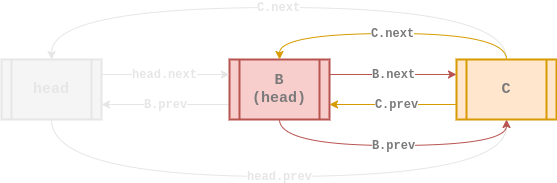
euisblue/vue-blog keeps this draw.io diagram as assets/data-structure/linked-list/cll-doubly-remove-at2.png. Above is the earlier version. Source tidied: cells renumbered, new cells last; positions are measured from the earlier drawing's top-left corner, leaving out a move shared by most shapes. Its diagram source:
```xml
<mxGraphModel>
  <root>
    <mxCell id="0" />
    <mxCell id="1" parent="0" />
    <mxCell id="2" value="&lt;b style=&quot;font-family: &amp;#34;courier new&amp;#34;&quot;&gt;&lt;font style=&quot;font-size: 12px&quot; color=&quot;#e6e6e6&quot;&gt;B.prev&lt;/font&gt;&lt;/b&gt;" style="rounded=0;jettySize=auto;html=1;exitX=0;exitY=0.75;exitDx=0;exitDy=0;entryX=1;entryY=0.75;entryDx=0;entryDy=0;strokeWidth=1;fillColor=#f5f5f5;strokeColor=#E6E6E6;" parent="1" edge="1" source="3" target="5">
      <mxGeometry relative="1" as="geometry" />
    </mxCell>
    <mxCell id="3" value="&lt;b&gt;&lt;font style=&quot;font-size: 15px&quot; face=&quot;Courier New&quot; color=&quot;#7a7a7a&quot;&gt;B&lt;br&gt;(head)&lt;br&gt;&lt;/font&gt;&lt;/b&gt;" style="shape=process;whiteSpace=wrap;html=1;backgroundOutline=1;fillColor=#f8cecc;strokeColor=#b85450;gradientDirection=east;strokeWidth=2;shadow=0;glass=0;sketch=0;" parent="1" vertex="1">
      <mxGeometry x="228" y="52" width="100" height="60" as="geometry" />
    </mxCell>
    <mxCell id="4" value="&lt;b style=&quot;font-size: 11px ; font-style: normal ; letter-spacing: normal ; text-align: center ; text-indent: 0px ; text-transform: none ; word-spacing: 0px ; font-family: &amp;#34;courier new&amp;#34;&quot;&gt;&lt;font style=&quot;font-size: 12px&quot; color=&quot;#e6e6e6&quot;&gt;head.next&lt;/font&gt;&lt;/b&gt;" style="edgeStyle=orthogonalEdgeStyle;curved=1;rounded=0;sketch=0;jettySize=auto;html=1;exitX=1;exitY=0.25;exitDx=0;exitDy=0;entryX=0;entryY=0.25;entryDx=0;entryDy=0;strokeWidth=1;fillColor=#dae8fc;strokeColor=#E6E6E6;" parent="1" edge="1" source="5" target="3">
      <mxGeometry x="-0.01" relative="1" as="geometry">
        <Array as="points">
          <mxPoint x="176" y="67" />
          <mxPoint x="176" y="67" />
        </Array>
      </mxGeometry>
    </mxCell>
    <mxCell id="5" value="&lt;div&gt;&lt;font face=&quot;courier new&quot; style=&quot;font-size: 15px&quot; color=&quot;#e6e6e6&quot;&gt;head&lt;/font&gt;&lt;/div&gt;" style="shape=process;whiteSpace=wrap;html=1;backgroundOutline=1;fillColor=#f5f5f5;gradientDirection=east;strokeWidth=2;shadow=0;glass=0;align=center;sketch=0;fontStyle=1;fontColor=#333333;strokeColor=#E6E6E6;" parent="1" vertex="1">
      <mxGeometry y="52" width="100" height="60" as="geometry" />
    </mxCell>
    <mxCell id="6" value="&lt;font color=&quot;#7a7a7a&quot; face=&quot;courier new&quot;&gt;&lt;span style=&quot;font-size: 12px&quot;&gt;&lt;b&gt;C.prev&lt;/b&gt;&lt;/span&gt;&lt;/font&gt;" style="edgeStyle=orthogonalEdgeStyle;curved=1;rounded=0;jettySize=auto;html=1;exitX=0;exitY=0.75;exitDx=0;exitDy=0;entryX=1;entryY=0.75;entryDx=0;entryDy=0;strokeColor=#d79b00;strokeWidth=1;fillColor=#ffe6cc;" parent="1" edge="1" source="8" target="3">
      <mxGeometry x="-0.06" relative="1" as="geometry" />
    </mxCell>
    <mxCell id="7" value="&lt;font face=&quot;courier new&quot; color=&quot;#e6e6e6&quot;&gt;&lt;span style=&quot;font-size: 12px&quot;&gt;&lt;b&gt;C.next&lt;/b&gt;&lt;/span&gt;&lt;/font&gt;" style="edgeStyle=orthogonalEdgeStyle;curved=1;rounded=0;sketch=0;jettySize=auto;html=1;exitX=0.5;exitY=0;exitDx=0;exitDy=0;entryX=0.5;entryY=0;entryDx=0;entryDy=0;strokeWidth=1;fillColor=#ffe6cc;strokeColor=#E6E6E6;" parent="1" edge="1" source="8" target="5">
      <mxGeometry relative="1" as="geometry">
        <Array as="points">
          <mxPoint x="505" />
          <mxPoint x="50" />
        </Array>
      </mxGeometry>
    </mxCell>
    <mxCell id="8" value="&lt;div&gt;&lt;font color=&quot;#7a7a7a&quot; face=&quot;courier new&quot; size=&quot;1&quot;&gt;&lt;b style=&quot;font-size: 15px&quot;&gt;C&lt;/b&gt;&lt;/font&gt;&lt;/div&gt;" style="shape=process;whiteSpace=wrap;html=1;backgroundOutline=1;fillColor=#ffe6cc;strokeColor=#d79b00;gradientDirection=east;strokeWidth=2;shadow=0;glass=0;align=center;sketch=0;" parent="1" vertex="1">
      <mxGeometry x="455" y="52" width="100" height="60" as="geometry" />
    </mxCell>
    <mxCell id="9" value="&lt;font face=&quot;Courier New&quot; color=&quot;#7a7a7a&quot; size=&quot;1&quot;&gt;&lt;b style=&quot;font-size: 12px&quot;&gt;B.next&lt;/b&gt;&lt;/font&gt;" style="rounded=0;jettySize=auto;html=1;exitX=1;exitY=0.25;exitDx=0;exitDy=0;endArrow=classic;endFill=1;strokeColor=#b85450;strokeWidth=1;entryX=0;entryY=0.25;entryDx=0;entryDy=0;fillColor=#f8cecc;" parent="1" edge="1" source="3" target="8">
      <mxGeometry x="0.01" relative="1" as="geometry" />
    </mxCell>
    <mxCell id="10" value="&lt;b style=&quot;font-size: 11px ; font-style: normal ; letter-spacing: normal ; text-align: center ; text-indent: 0px ; text-transform: none ; word-spacing: 0px ; font-family: &amp;#34;courier new&amp;#34;&quot;&gt;&lt;font style=&quot;font-size: 12px&quot; color=&quot;#e6e6e6&quot;&gt;head.prev&lt;/font&gt;&lt;/b&gt;" style="edgeStyle=orthogonalEdgeStyle;curved=1;rounded=0;sketch=0;jettySize=auto;html=1;exitX=0.5;exitY=1;exitDx=0;exitDy=0;entryX=0.5;entryY=1;entryDx=0;entryDy=0;strokeWidth=1;fillColor=#dae8fc;strokeColor=#E6E6E6;" parent="1" edge="1" source="5" target="8">
      <mxGeometry relative="1" as="geometry">
        <Array as="points">
          <mxPoint x="50" y="169" />
          <mxPoint x="505" y="169" />
        </Array>
      </mxGeometry>
    </mxCell>
    <mxCell id="11" value="&lt;font color=&quot;#7a7a7a&quot; face=&quot;courier new&quot;&gt;&lt;span style=&quot;font-size: 12px&quot;&gt;&lt;b&gt;C.next&lt;/b&gt;&lt;/span&gt;&lt;/font&gt;" style="edgeStyle=orthogonalEdgeStyle;curved=1;rounded=0;sketch=0;jettySize=auto;html=1;exitX=0.5;exitY=0;exitDx=0;exitDy=0;entryX=0.5;entryY=0;entryDx=0;entryDy=0;strokeWidth=1;strokeColor=#d79b00;fillColor=#ffe6cc;" parent="1" edge="1" source="8" target="3">
      <mxGeometry relative="1" as="geometry">
        <Array as="points">
          <mxPoint x="505" y="26" />
          <mxPoint x="278" y="26" />
        </Array>
      </mxGeometry>
    </mxCell>
    <mxCell id="12" value="&lt;b style=&quot;color: rgb(122 , 122 , 122) ; font-family: &amp;#34;courier new&amp;#34; ; font-size: 12px ; font-style: normal ; letter-spacing: normal ; text-align: center ; text-indent: 0px ; text-transform: none ; word-spacing: 0px ; background-color: rgb(255 , 255 , 255)&quot;&gt;B.prev&lt;/b&gt;" style="edgeStyle=orthogonalEdgeStyle;curved=1;rounded=0;sketch=0;jettySize=auto;html=1;exitX=0.5;exitY=1;exitDx=0;exitDy=0;entryX=0.5;entryY=1;entryDx=0;entryDy=0;strokeColor=#b85450;strokeWidth=1;fillColor=#f8cecc;" parent="1" edge="1" source="3" target="8">
      <mxGeometry relative="1" as="geometry">
        <Array as="points">
          <mxPoint x="278" y="138" />
          <mxPoint x="505" y="138" />
        </Array>
      </mxGeometry>
    </mxCell>
  </root>
</mxGraphModel>
```
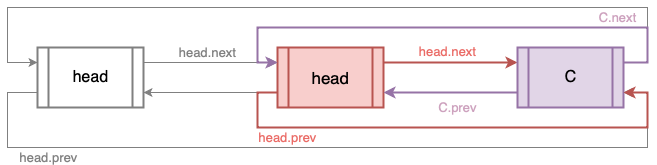
After the change.

Change to the diagram source:
```diff
@@ -2,61 +2,86 @@
   <root>
     <mxCell id="0" />
     <mxCell id="1" parent="0" />
-    <mxCell id="2" value="&lt;b style=&quot;font-family: &amp;#34;courier new&amp;#34;&quot;&gt;&lt;font style=&quot;font-size: 12px&quot; color=&quot;#e6e6e6&quot;&gt;B.prev&lt;/font&gt;&lt;/b&gt;" style="rounded=0;jettySize=auto;html=1;exitX=0;exitY=0.75;exitDx=0;exitDy=0;entryX=1;entryY=0.75;entryDx=0;entryDy=0;strokeWidth=1;fillColor=#f5f5f5;strokeColor=#E6E6E6;" parent="1" edge="1" source="3" target="5">
-      <mxGeometry relative="1" as="geometry" />
+    <mxCell id="2" value="&lt;font size=&quot;2&quot; color=&quot;#808080&quot;&gt;head.next&lt;/font&gt;" style="edgeStyle=orthogonalEdgeStyle;rounded=0;jettySize=auto;html=1;exitX=1;exitY=0.25;exitDx=0;exitDy=0;entryX=0;entryY=0.25;entryDx=0;entryDy=0;fillColor=#dae8fc;strokeWidth=1;labelBackgroundColor=none;labelBorderColor=none;fontFamily=Helvetica;strokeColor=#808080;" parent="1" edge="1" source="4" target="7">
+      <mxGeometry x="-0.04" y="10" relative="1" as="geometry">
+        <Array as="points">
+          <mxPoint x="218" y="181" />
+          <mxPoint x="218" y="181" />
+        </Array>
+      </mxGeometry>
     </mxCell>
-    <mxCell id="3" value="&lt;b&gt;&lt;font style=&quot;font-size: 15px&quot; face=&quot;Courier New&quot; color=&quot;#7a7a7a&quot;&gt;B&lt;br&gt;(head)&lt;br&gt;&lt;/font&gt;&lt;/b&gt;" style="shape=process;whiteSpace=wrap;html=1;backgroundOutline=1;fillColor=#f8cecc;strokeColor=#b85450;gradientDirection=east;strokeWidth=2;shadow=0;glass=0;sketch=0;" parent="1" vertex="1">
-      <mxGeometry x="228" y="52" width="100" height="60" as="geometry" />
+    <mxCell id="3" value="&lt;span style=&quot;font-size: small&quot;&gt;&lt;font color=&quot;#808080&quot;&gt;head.prev&lt;/font&gt;&lt;/span&gt;" style="edgeStyle=orthogonalEdgeStyle;rounded=0;jettySize=auto;html=1;exitX=0;exitY=0.75;exitDx=0;exitDy=0;entryX=1;entryY=0.75;entryDx=0;entryDy=0;labelBackgroundColor=none;strokeWidth=1;fontFamily=Helvetica;fontColor=#666666;align=center;fillColor=#dae8fc;strokeColor=#808080;" parent="1" edge="1" source="4" target="11">
+      <mxGeometry x="-0.69" y="-10" relative="1" as="geometry">
+        <Array as="points">
+          <mxPoint x="8" y="211" />
+          <mxPoint x="8" y="266" />
+          <mxPoint x="648" y="266" />
+          <mxPoint x="648" y="211" />
+        </Array>
+      </mxGeometry>
     </mxCell>
-    <mxCell id="4" value="&lt;b style=&quot;font-size: 11px ; font-style: normal ; letter-spacing: normal ; text-align: center ; text-indent: 0px ; text-transform: none ; word-spacing: 0px ; font-family: &amp;#34;courier new&amp;#34;&quot;&gt;&lt;font style=&quot;font-size: 12px&quot; color=&quot;#e6e6e6&quot;&gt;head.next&lt;/font&gt;&lt;/b&gt;" style="edgeStyle=orthogonalEdgeStyle;curved=1;rounded=0;sketch=0;jettySize=auto;html=1;exitX=1;exitY=0.25;exitDx=0;exitDy=0;entryX=0;entryY=0.25;entryDx=0;entryDy=0;strokeWidth=1;fillColor=#dae8fc;strokeColor=#E6E6E6;" parent="1" edge="1" source="5" target="3">
-      <mxGeometry x="-0.01" relative="1" as="geometry">
-        <Array as="points">
-          <mxPoint x="176" y="67" />
-          <mxPoint x="176" y="67" />
-        </Array>
-      </mxGeometry>
+    <mxCell id="4" value="&lt;font&gt;&lt;font size=&quot;3&quot;&gt;head&lt;/font&gt;&lt;br&gt;&lt;/font&gt;" style="shape=process;whiteSpace=wrap;html=1;backgroundOutline=1;strokeWidth=2;fillColor=none;fontStyle=0;fontFamily=Helvetica;fontSize=14;labelBackgroundColor=none;labelBorderColor=none;strokeColor=#808080;" parent="1" vertex="1">
+      <mxGeometry x="38" y="166" width="106" height="60" as="geometry" />
     </mxCell>
-    <mxCell id="5" value="&lt;div&gt;&lt;font face=&quot;courier new&quot; style=&quot;font-size: 15px&quot; color=&quot;#e6e6e6&quot;&gt;head&lt;/font&gt;&lt;/div&gt;" style="shape=process;whiteSpace=wrap;html=1;backgroundOutline=1;fillColor=#f5f5f5;gradientDirection=east;strokeWidth=2;shadow=0;glass=0;align=center;sketch=0;fontStyle=1;fontColor=#333333;strokeColor=#E6E6E6;" parent="1" vertex="1">
-      <mxGeometry y="52" width="100" height="60" as="geometry" />
+    <mxCell id="5" value="&lt;font color=&quot;#ea6b66&quot; style=&quot;font-size: 13px ; line-height: 95%&quot;&gt;head.next&lt;/font&gt;" style="edgeStyle=orthogonalEdgeStyle;rounded=0;jettySize=auto;html=1;exitX=1;exitY=0.25;exitDx=0;exitDy=0;entryX=0;entryY=0.25;entryDx=0;entryDy=0;fillColor=#f8cecc;strokeColor=#b85450;strokeWidth=2;labelBackgroundColor=none;labelBorderColor=none;fontFamily=Helvetica;align=center;" parent="1" edge="1" source="7" target="11">
+      <mxGeometry x="-0.04" y="10" relative="1" as="geometry">
+        <Array as="points">
+          <mxPoint x="458" y="181" />
+          <mxPoint x="458" y="181" />
+        </Array>
+      </mxGeometry>
     </mxCell>
-    <mxCell id="6" value="&lt;font color=&quot;#7a7a7a&quot; face=&quot;courier new&quot;&gt;&lt;span style=&quot;font-size: 12px&quot;&gt;&lt;b&gt;C.prev&lt;/b&gt;&lt;/span&gt;&lt;/font&gt;" style="edgeStyle=orthogonalEdgeStyle;curved=1;rounded=0;jettySize=auto;html=1;exitX=0;exitY=0.75;exitDx=0;exitDy=0;entryX=1;entryY=0.75;entryDx=0;entryDy=0;strokeColor=#d79b00;strokeWidth=1;fillColor=#ffe6cc;" parent="1" edge="1" source="8" target="3">
-      <mxGeometry x="-0.06" relative="1" as="geometry" />
+    <mxCell id="6" value="&lt;span style=&quot;color: rgb(234 , 107 , 102) ; font-family: &amp;#34;helvetica&amp;#34; ; font-size: 13px ; font-style: normal ; font-weight: normal ; letter-spacing: normal ; text-align: center ; text-indent: 0px ; text-transform: none ; word-spacing: 0px ; text-decoration: none ; display: inline ; float: none&quot;&gt;head.prev&lt;/span&gt;" style="edgeStyle=orthogonalEdgeStyle;rounded=0;jettySize=auto;html=1;exitX=0;exitY=0.75;exitDx=0;exitDy=0;entryX=1;entryY=0.75;entryDx=0;entryDy=0;labelBackgroundColor=none;strokeWidth=1;fontFamily=Helvetica;fontColor=#666666;align=center;fillColor=#f8cecc;strokeColor=#808080;" parent="1" edge="1" source="7" target="4">
+      <mxGeometry x="0.04" y="92" relative="1" as="geometry">
+        <Array as="points">
+          <mxPoint x="208" y="211" />
+          <mxPoint x="208" y="211" />
+        </Array>
+        <mxPoint x="80" y="-47" as="offset" />
+      </mxGeometry>
     </mxCell>
-    <mxCell id="7" value="&lt;font face=&quot;courier new&quot; color=&quot;#e6e6e6&quot;&gt;&lt;span style=&quot;font-size: 12px&quot;&gt;&lt;b&gt;C.next&lt;/b&gt;&lt;/span&gt;&lt;/font&gt;" style="edgeStyle=orthogonalEdgeStyle;curved=1;rounded=0;sketch=0;jettySize=auto;html=1;exitX=0.5;exitY=0;exitDx=0;exitDy=0;entryX=0.5;entryY=0;entryDx=0;entryDy=0;strokeWidth=1;fillColor=#ffe6cc;strokeColor=#E6E6E6;" parent="1" edge="1" source="8" target="5">
-      <mxGeometry relative="1" as="geometry">
-        <Array as="points">
-          <mxPoint x="505" />
-          <mxPoint x="50" />
-        </Array>
-      </mxGeometry>
+    <mxCell id="7" value="&lt;font&gt;&lt;font style=&quot;font-size: 17px&quot;&gt;head&lt;/font&gt;&lt;br&gt;&lt;/font&gt;" style="shape=process;whiteSpace=wrap;html=1;backgroundOutline=1;strokeWidth=2;fillColor=#f8cecc;strokeColor=#b85450;fontStyle=0;fontFamily=Helvetica;fontSize=14;labelBackgroundColor=none;labelBorderColor=none;" parent="1" vertex="1">
+      <mxGeometry x="278" y="166" width="106" height="60" as="geometry" />
     </mxCell>
-    <mxCell id="8" value="&lt;div&gt;&lt;font color=&quot;#7a7a7a&quot; face=&quot;courier new&quot; size=&quot;1&quot;&gt;&lt;b style=&quot;font-size: 15px&quot;&gt;C&lt;/b&gt;&lt;/font&gt;&lt;/div&gt;" style="shape=process;whiteSpace=wrap;html=1;backgroundOutline=1;fillColor=#ffe6cc;strokeColor=#d79b00;gradientDirection=east;strokeWidth=2;shadow=0;glass=0;align=center;sketch=0;" parent="1" vertex="1">
-      <mxGeometry x="455" y="52" width="100" height="60" as="geometry" />
+    <mxCell id="8" value="&lt;font color=&quot;#cda2be&quot; face=&quot;helvetica&quot; size=&quot;2&quot;&gt;&lt;span&gt;C.next&lt;/span&gt;&lt;/font&gt;" style="edgeStyle=orthogonalEdgeStyle;rounded=0;jettySize=auto;html=1;exitX=1;exitY=0.25;exitDx=0;exitDy=0;labelBackgroundColor=none;strokeWidth=1;fontFamily=Helvetica;fontColor=#666666;align=center;fillColor=#e1d5e7;entryX=0;entryY=0.25;entryDx=0;entryDy=0;strokeColor=#808080;" parent="1" edge="1" source="11" target="4">
+      <mxGeometry x="-0.73" y="10" relative="1" as="geometry">
+        <Array as="points">
+          <mxPoint x="648" y="181" />
+          <mxPoint x="648" y="126" />
+          <mxPoint x="8" y="126" />
+          <mxPoint x="8" y="181" />
+        </Array>
+      </mxGeometry>
     </mxCell>
-    <mxCell id="9" value="&lt;font face=&quot;Courier New&quot; color=&quot;#7a7a7a&quot; size=&quot;1&quot;&gt;&lt;b style=&quot;font-size: 12px&quot;&gt;B.next&lt;/b&gt;&lt;/font&gt;" style="rounded=0;jettySize=auto;html=1;exitX=1;exitY=0.25;exitDx=0;exitDy=0;endArrow=classic;endFill=1;strokeColor=#b85450;strokeWidth=1;entryX=0;entryY=0.25;entryDx=0;entryDy=0;fillColor=#f8cecc;" parent="1" edge="1" source="3" target="8">
-      <mxGeometry x="0.01" relative="1" as="geometry" />
+    <mxCell id="9" value="&lt;span style=&quot;color: rgb(205, 162, 190); font-family: helvetica; font-size: small; font-style: normal; font-weight: normal; letter-spacing: normal; text-align: center; text-indent: 0px; text-transform: none; word-spacing: 0px; text-decoration: none; display: inline; float: none;&quot;&gt;C.prev&lt;/span&gt;" style="edgeStyle=orthogonalEdgeStyle;rounded=0;jettySize=auto;html=1;exitX=0;exitY=0.75;exitDx=0;exitDy=0;entryX=1;entryY=0.75;entryDx=0;entryDy=0;labelBackgroundColor=none;strokeColor=#9673a6;strokeWidth=2;fontFamily=Helvetica;fontColor=#666666;align=center;fillColor=#e1d5e7;" parent="1" edge="1" source="11" target="7">
+      <mxGeometry x="0.04" y="18" relative="1" as="geometry">
+        <Array as="points">
+          <mxPoint x="448" y="211" />
+          <mxPoint x="448" y="211" />
+        </Array>
+        <mxPoint x="10" y="-3" as="offset" />
+      </mxGeometry>
     </mxCell>
-    <mxCell id="10" value="&lt;b style=&quot;font-size: 11px ; font-style: normal ; letter-spacing: normal ; text-align: center ; text-indent: 0px ; text-transform: none ; word-spacing: 0px ; font-family: &amp;#34;courier new&amp;#34;&quot;&gt;&lt;font style=&quot;font-size: 12px&quot; color=&quot;#e6e6e6&quot;&gt;head.prev&lt;/font&gt;&lt;/b&gt;" style="edgeStyle=orthogonalEdgeStyle;curved=1;rounded=0;sketch=0;jettySize=auto;html=1;exitX=0.5;exitY=1;exitDx=0;exitDy=0;entryX=0.5;entryY=1;entryDx=0;entryDy=0;strokeWidth=1;fillColor=#dae8fc;strokeColor=#E6E6E6;" parent="1" edge="1" source="5" target="8">
+    <mxCell id="10" style="edgeStyle=orthogonalEdgeStyle;rounded=0;jettySize=auto;html=1;exitX=1;exitY=0.25;exitDx=0;exitDy=0;entryX=0;entryY=0.25;entryDx=0;entryDy=0;labelBackgroundColor=none;strokeColor=#9673a6;strokeWidth=2;fontFamily=Helvetica;fontColor=#666666;align=center;fillColor=#e1d5e7;" parent="1" edge="1" source="11" target="7">
       <mxGeometry relative="1" as="geometry">
         <Array as="points">
-          <mxPoint x="50" y="169" />
-          <mxPoint x="505" y="169" />
+          <mxPoint x="648" y="181" />
+          <mxPoint x="648" y="146" />
+          <mxPoint x="258" y="146" />
+          <mxPoint x="258" y="181" />
         </Array>
       </mxGeometry>
     </mxCell>
-    <mxCell id="11" value="&lt;font color=&quot;#7a7a7a&quot; face=&quot;courier new&quot;&gt;&lt;span style=&quot;font-size: 12px&quot;&gt;&lt;b&gt;C.next&lt;/b&gt;&lt;/span&gt;&lt;/font&gt;" style="edgeStyle=orthogonalEdgeStyle;curved=1;rounded=0;sketch=0;jettySize=auto;html=1;exitX=0.5;exitY=0;exitDx=0;exitDy=0;entryX=0.5;entryY=0;entryDx=0;entryDy=0;strokeWidth=1;strokeColor=#d79b00;fillColor=#ffe6cc;" parent="1" edge="1" source="8" target="3">
-      <mxGeometry relative="1" as="geometry">
-        <Array as="points">
-          <mxPoint x="505" y="26" />
-          <mxPoint x="278" y="26" />
-        </Array>
-      </mxGeometry>
+    <mxCell id="11" value="&lt;font&gt;&lt;font size=&quot;3&quot;&gt;C&lt;/font&gt;&lt;br&gt;&lt;/font&gt;" style="shape=process;whiteSpace=wrap;html=1;backgroundOutline=1;strokeWidth=2;fillColor=#e1d5e7;strokeColor=#9673a6;fontStyle=0;fontFamily=Helvetica;fontSize=14;labelBackgroundColor=none;labelBorderColor=none;" parent="1" vertex="1">
+      <mxGeometry x="518" y="166" width="106" height="60" as="geometry" />
     </mxCell>
-    <mxCell id="12" value="&lt;b style=&quot;color: rgb(122 , 122 , 122) ; font-family: &amp;#34;courier new&amp;#34; ; font-size: 12px ; font-style: normal ; letter-spacing: normal ; text-align: center ; text-indent: 0px ; text-transform: none ; word-spacing: 0px ; background-color: rgb(255 , 255 , 255)&quot;&gt;B.prev&lt;/b&gt;" style="edgeStyle=orthogonalEdgeStyle;curved=1;rounded=0;sketch=0;jettySize=auto;html=1;exitX=0.5;exitY=1;exitDx=0;exitDy=0;entryX=0.5;entryY=1;entryDx=0;entryDy=0;strokeColor=#b85450;strokeWidth=1;fillColor=#f8cecc;" parent="1" edge="1" source="3" target="8">
+    <mxCell id="12" style="edgeStyle=orthogonalEdgeStyle;rounded=0;jettySize=auto;html=1;exitX=0;exitY=0.75;exitDx=0;exitDy=0;entryX=1;entryY=0.75;entryDx=0;entryDy=0;labelBackgroundColor=none;strokeColor=#b85450;strokeWidth=2;fontFamily=Helvetica;fontColor=#666666;align=center;fillColor=#f8cecc;" parent="1" edge="1" source="7" target="11">
       <mxGeometry relative="1" as="geometry">
         <Array as="points">
-          <mxPoint x="278" y="138" />
-          <mxPoint x="505" y="138" />
+          <mxPoint x="258" y="211" />
+          <mxPoint x="258" y="246" />
+          <mxPoint x="648" y="246" />
+          <mxPoint x="648" y="211" />
         </Array>
       </mxGeometry>
     </mxCell>
```
